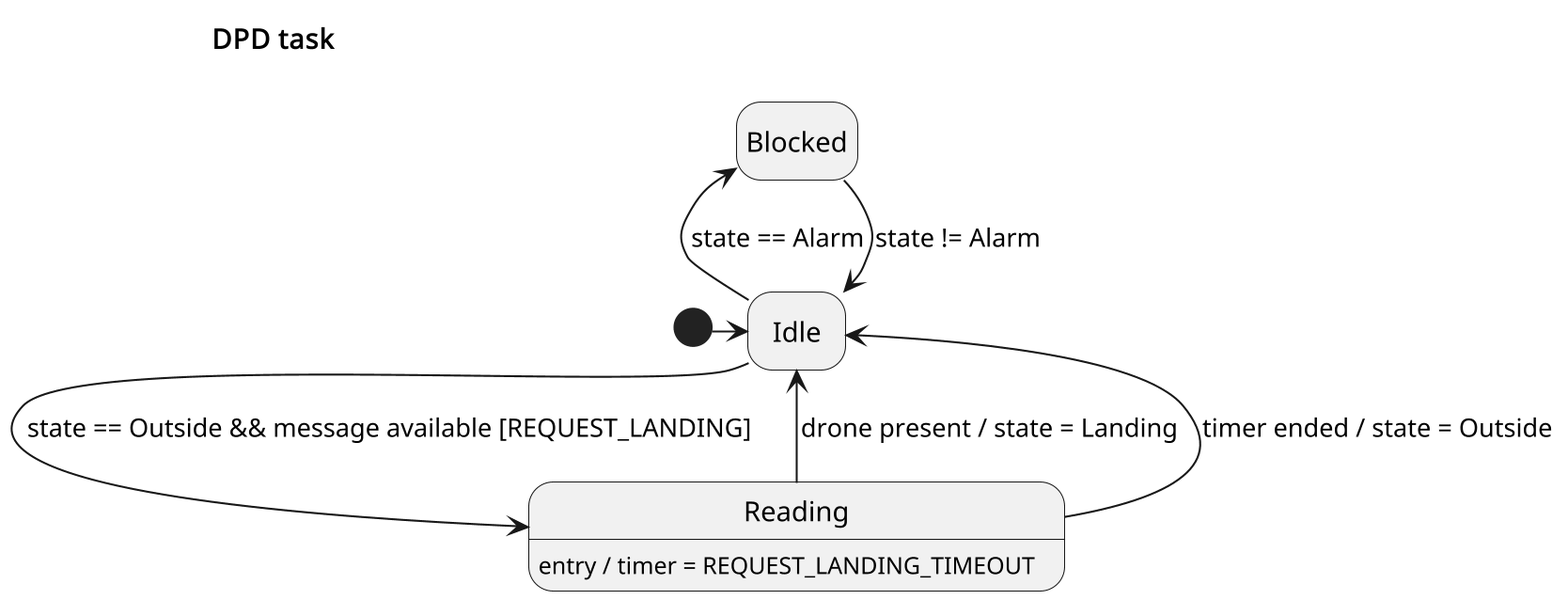
This is assignments/02-sdh/doc/tasks/dpd.png from the-real-deal/unibo-iot-didospita, a PlantUML export, as it was before one commit.
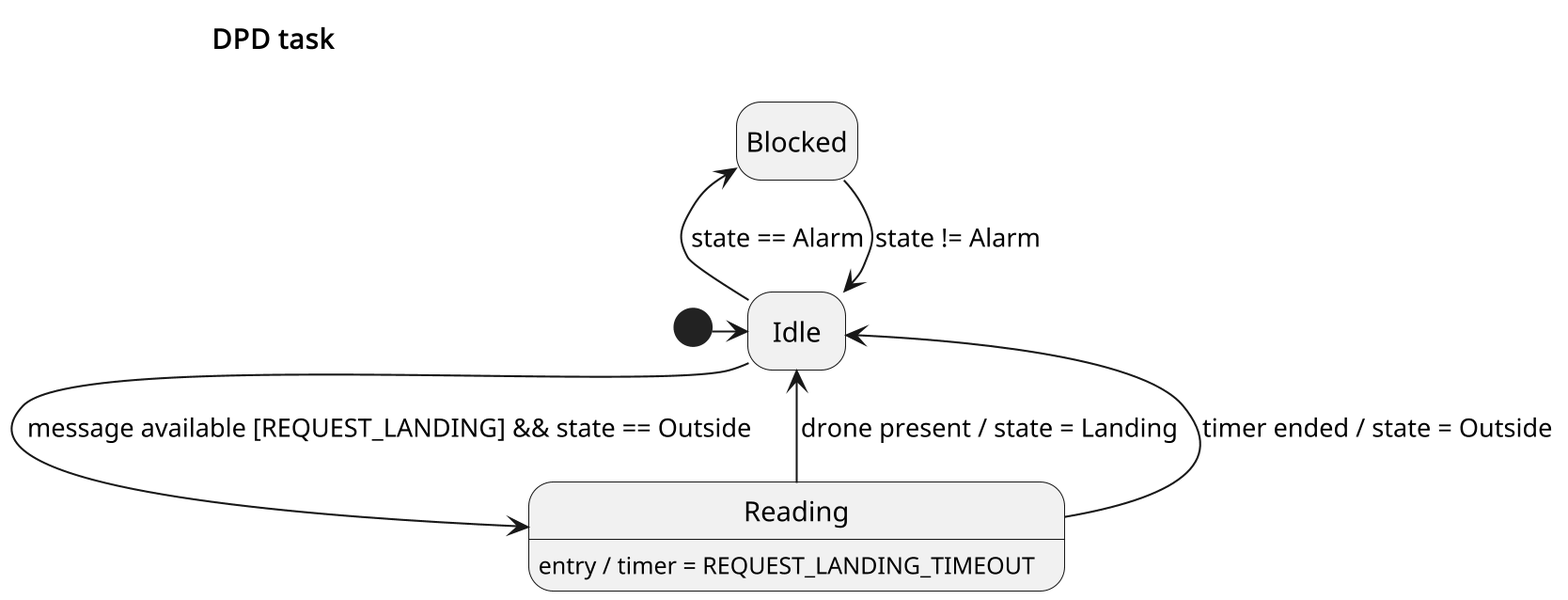
Later version of the same file.

Diff of the diagram source:
```diff
@@ -19,7 +19,7 @@
 idle -u-> blocked : state == Alarm
 blocked -d-> idle : state != Alarm
 
-idle -d-> reading : state == Outside && message available [REQUEST_LANDING]
+idle -d-> reading : message available [REQUEST_LANDING] && state == Outside
 
 reading -u-> idle : drone present / state = Landing
 reading -u-> idle : timer ended / state = Outside
```
